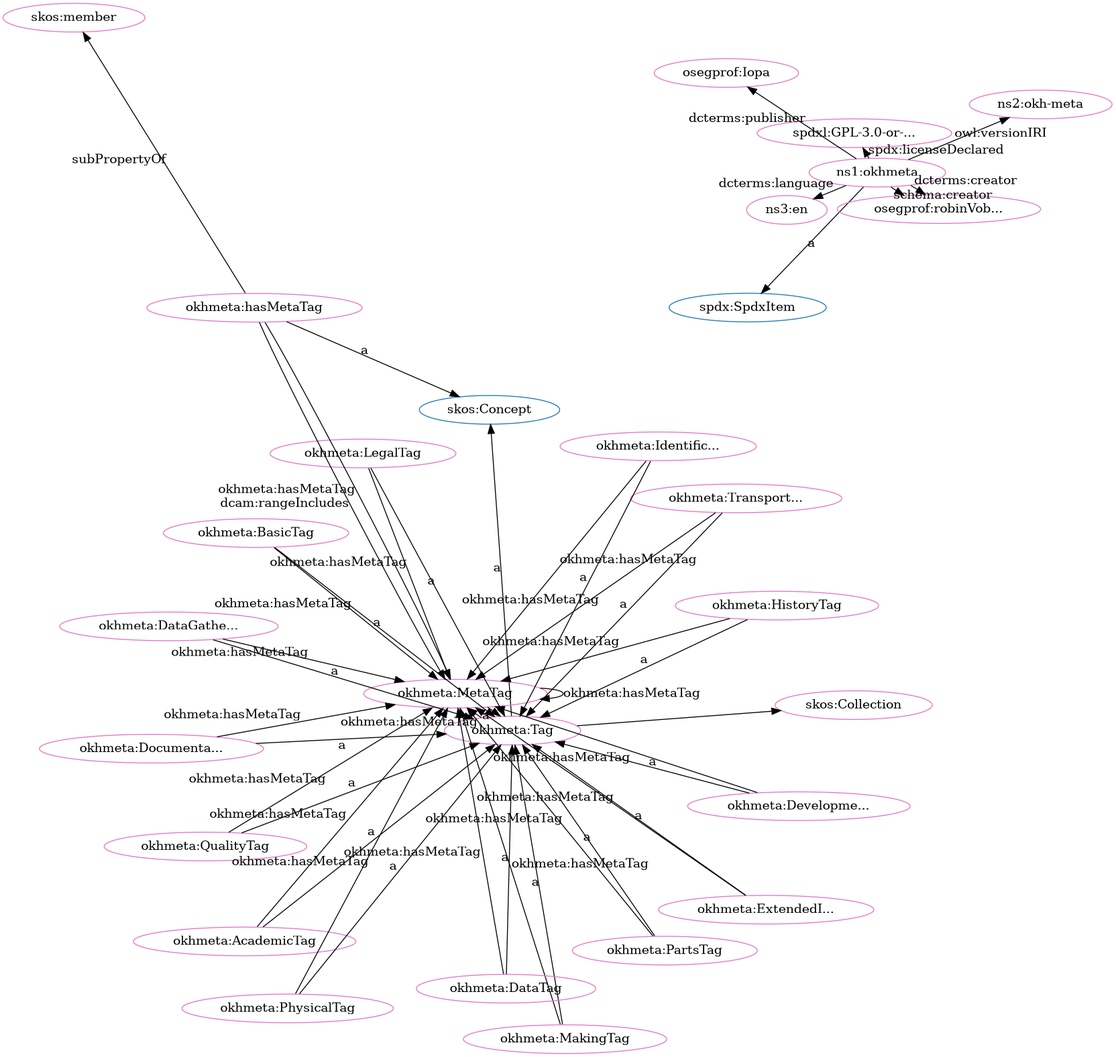
This is src/spec/fdp_okh-meta-clean.png from iop-alliance/OpenKnowHow, a Graphviz export, as it was before one commit. Its source is kept beside it as src/spec/fdp_okh-meta-clean.dot.
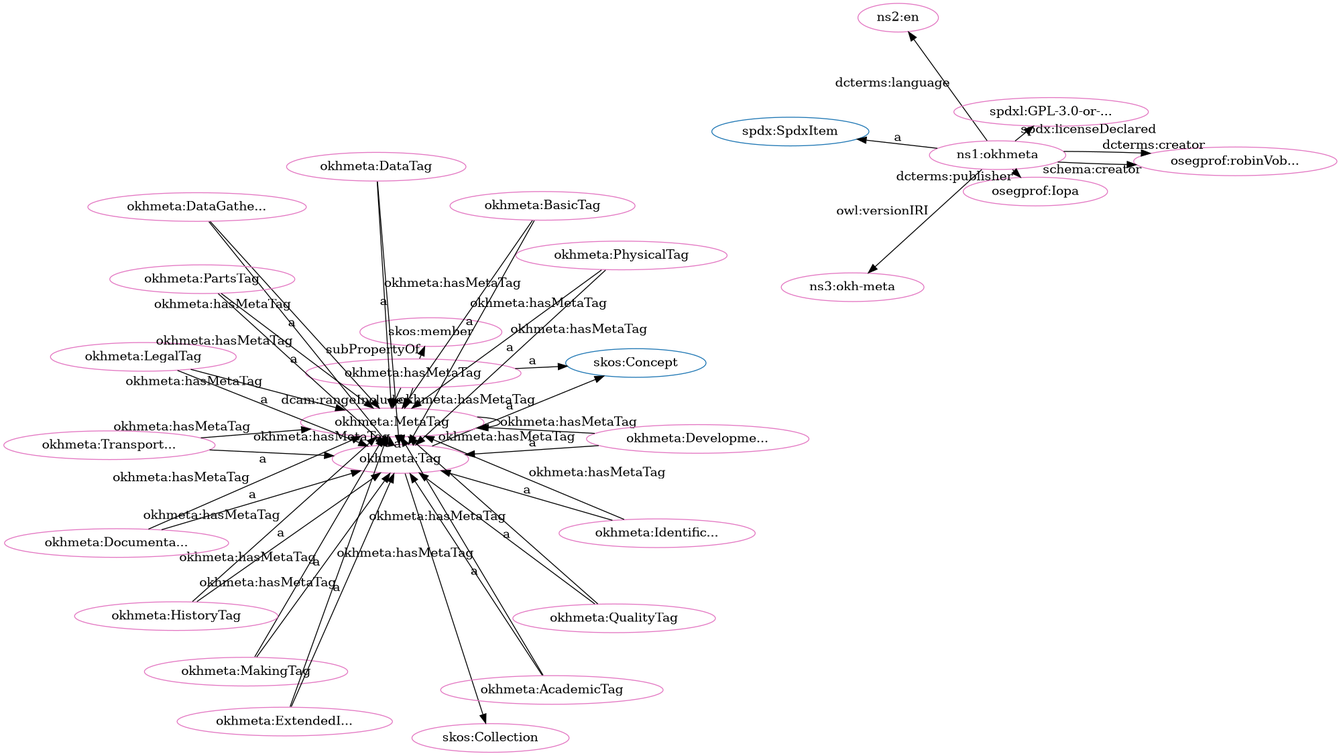
After the commit.

The edit, as a diff of the source:
```diff
@@ -1,80 +1,80 @@
 digraph G {
   rankdir=BT
   node[height=.3]
-"http://www.w3.org/2004/02/skos/core#Collection" [fillcolor="#1f77b4" color="#1f77b4" label="skos:Collection"]
+"http://w3id.org/oseg/ont/okhmeta#Tag" [fillcolor="#1f77b4" color="#1f77b4" label="okhmeta:Tag"]
 "http://www.w3.org/2004/02/skos/core#Concept" [fillcolor="#1f77b4" color="#1f77b4" label="skos:Concept"]
 "http://spdx.org/rdf/terms#SpdxItem" [fillcolor="#1f77b4" color="#1f77b4" label="spdx:SpdxItem"]
-"http://w3id.org/oseg/ont/okhmeta#Tag" [fillcolor="#1f77b4" color="#1f77b4" label="okhmeta:Tag"]
+"http://www.w3.org/2004/02/skos/core#Collection" [fillcolor="#1f77b4" color="#1f77b4" label="skos:Collection"]
+"http://w3id.org/oseg/ont/okhmeta#MetaTag" [fillcolor="#e377c2" color="#e377c2" label="okhmeta:MetaTag"]
+"http://w3id.org/oseg/ont/oseg-profiles#Iopa" [fillcolor="#e377c2" color="#e377c2" label="osegprof:Iopa"]
+"http://w3id.org/oseg/ont/okhmeta" [fillcolor="#e377c2" color="#e377c2" label="ns1:okhmeta"]
+"http://w3id.org/oseg/ont/okhmeta#AcademicTag" [fillcolor="#e377c2" color="#e377c2" label="okhmeta:AcademicTag"]
+"http://www.w3.org/2004/02/skos/core#member" [fillcolor="#e377c2" color="#e377c2" label="skos:member"]
+"http://w3id.org/oseg/ont/okhmeta#MakingTag" [fillcolor="#e377c2" color="#e377c2" label="okhmeta:MakingTag"]
+"http://w3id.org/oseg/ont/okhmeta#QualityTag" [fillcolor="#e377c2" color="#e377c2" label="okhmeta:QualityTag"]
+"http://w3id.org/oseg/ont/okhmeta#DocumentationTag" [fillcolor="#e377c2" color="#e377c2" label="okhmeta:Documenta..."]
+"http://w3id.org/oseg/ont/okhmeta#LegalTag" [fillcolor="#e377c2" color="#e377c2" label="okhmeta:LegalTag"]
 "http://w3id.org/oseg/ont/okhmeta#HistoryTag" [fillcolor="#e377c2" color="#e377c2" label="okhmeta:HistoryTag"]
+"http://id.loc.gov/vocabulary/iso639-1/en" [fillcolor="#e377c2" color="#e377c2" label="ns2:en"]
+"http://w3id.org/oseg/ont/okhmeta#Tag" [fillcolor="#e377c2" color="#e377c2" label="okhmeta:Tag"]
+"http://w3id.org/oseg/ont/oseg-profiles#robinVobruba" [fillcolor="#e377c2" color="#e377c2" label="osegprof:robinVob..."]
+"http://w3id.org/oseg/ont/okhmeta#hasMetaTag" [fillcolor="#e377c2" color="#e377c2" label="okhmeta:hasMetaTag"]
+"http://w3id.org/oseg/ont/okhmeta#PhysicalTag" [fillcolor="#e377c2" color="#e377c2" label="okhmeta:PhysicalTag"]
+"http://spdx.org/licenses/GPL-3.0-or-later" [fillcolor="#e377c2" color="#e377c2" label="spdxl:GPL-3.0-or-..."]
+"http://w3id.org/oseg/ont/okhmeta#DevelopmentTag" [fillcolor="#e377c2" color="#e377c2" label="okhmeta:Developme..."]
+"http://w3id.org/oseg/ont/okhmeta#BasicTag" [fillcolor="#e377c2" color="#e377c2" label="okhmeta:BasicTag"]
+"http://w3id.org/oseg/ont/okhmeta#ExtendedInfoTag" [fillcolor="#e377c2" color="#e377c2" label="okhmeta:ExtendedI..."]
+"http://www.w3.org/2004/02/skos/core#Collection" [fillcolor="#e377c2" color="#e377c2" label="skos:Collection"]
+"http://w3id.org/oseg/ont/1.1.0/okh-meta" [fillcolor="#e377c2" color="#e377c2" label="ns3:okh-meta"]
+"http://w3id.org/oseg/ont/okhmeta#IdentificationTag" [fillcolor="#e377c2" color="#e377c2" label="okhmeta:Identific..."]
+"http://w3id.org/oseg/ont/okhmeta#DataGatheringTag" [fillcolor="#e377c2" color="#e377c2" label="okhmeta:DataGathe..."]
+"http://w3id.org/oseg/ont/okhmeta#PartsTag" [fillcolor="#e377c2" color="#e377c2" label="okhmeta:PartsTag"]
 "http://w3id.org/oseg/ont/okhmeta#TransportationTag" [fillcolor="#e377c2" color="#e377c2" label="okhmeta:Transport..."]
-"http://w3id.org/oseg/ont/okhmeta#MakingTag" [fillcolor="#e377c2" color="#e377c2" label="okhmeta:MakingTag"]
-"http://w3id.org/oseg/ont/okhmeta#MetaTag" [fillcolor="#e377c2" color="#e377c2" label="okhmeta:MetaTag"]
-"http://w3id.org/oseg/ont/okhmeta" [fillcolor="#e377c2" color="#e377c2" label="ns1:okhmeta"]
-"http://w3id.org/oseg/ont/okhmeta#ExtendedInfoTag" [fillcolor="#e377c2" color="#e377c2" label="okhmeta:ExtendedI..."]
-"http://w3id.org/oseg/ont/okhmeta#AcademicTag" [fillcolor="#e377c2" color="#e377c2" label="okhmeta:AcademicTag"]
-"http://w3id.org/oseg/ont/okhmeta#QualityTag" [fillcolor="#e377c2" color="#e377c2" label="okhmeta:QualityTag"]
 "http://w3id.org/oseg/ont/okhmeta#DataTag" [fillcolor="#e377c2" color="#e377c2" label="okhmeta:DataTag"]
-"http://w3id.org/oseg/ont/oseg-profiles#robinVobruba" [fillcolor="#e377c2" color="#e377c2" label="osegprof:robinVob..."]
-"http://w3id.org/oseg/ont/okhmeta#PhysicalTag" [fillcolor="#e377c2" color="#e377c2" label="okhmeta:PhysicalTag"]
-"http://w3id.org/oseg/ont/okhmeta#DevelopmentTag" [fillcolor="#e377c2" color="#e377c2" label="okhmeta:Developme..."]
-"http://w3id.org/oseg/ont/okhmeta#LegalTag" [fillcolor="#e377c2" color="#e377c2" label="okhmeta:LegalTag"]
-"http://w3id.org/oseg/ont/okhmeta#DataGatheringTag" [fillcolor="#e377c2" color="#e377c2" label="okhmeta:DataGathe..."]
-"http://w3id.org/oseg/ont/okhmeta#Tag" [fillcolor="#e377c2" color="#e377c2" label="okhmeta:Tag"]
-"http://www.w3.org/2004/02/skos/core#Collection" [fillcolor="#e377c2" color="#e377c2" label="skos:Collection"]
-"http://w3id.org/oseg/ont/okhmeta#IdentificationTag" [fillcolor="#e377c2" color="#e377c2" label="okhmeta:Identific..."]
-"http://spdx.org/licenses/GPL-3.0-or-later" [fillcolor="#e377c2" color="#e377c2" label="spdxl:GPL-3.0-or-..."]
-"http://w3id.org/oseg/ont/okhmeta#DocumentationTag" [fillcolor="#e377c2" color="#e377c2" label="okhmeta:Documenta..."]
-"http://w3id.org/oseg/ont/1.1.0/okh-meta" [fillcolor="#e377c2" color="#e377c2" label="ns2:okh-meta"]
-"http://w3id.org/oseg/ont/okhmeta#hasMetaTag" [fillcolor="#e377c2" color="#e377c2" label="okhmeta:hasMetaTag"]
-"http://w3id.org/oseg/ont/okhmeta#BasicTag" [fillcolor="#e377c2" color="#e377c2" label="okhmeta:BasicTag"]
-"http://w3id.org/oseg/ont/oseg-profiles#Iopa" [fillcolor="#e377c2" color="#e377c2" label="osegprof:Iopa"]
-"http://id.loc.gov/vocabulary/iso639-1/en" [fillcolor="#e377c2" color="#e377c2" label="ns3:en"]
-"http://www.w3.org/2004/02/skos/core#member" [fillcolor="#e377c2" color="#e377c2" label="skos:member"]
-"http://w3id.org/oseg/ont/okhmeta#PartsTag" [fillcolor="#e377c2" color="#e377c2" label="okhmeta:PartsTag"]
+  "http://w3id.org/oseg/ont/okhmeta#DataGatheringTag" -> "http://w3id.org/oseg/ont/okhmeta#MetaTag" [label="okhmeta:hasMetaTag"]
+  "http://w3id.org/oseg/ont/okhmeta#QualityTag" -> "http://w3id.org/oseg/ont/okhmeta#Tag" [label="a"]
+  "http://w3id.org/oseg/ont/okhmeta#MakingTag" -> "http://w3id.org/oseg/ont/okhmeta#MetaTag" [label="okhmeta:hasMetaTag"]
   "http://w3id.org/oseg/ont/okhmeta#HistoryTag" -> "http://w3id.org/oseg/ont/okhmeta#Tag" [label="a"]
+  "http://w3id.org/oseg/ont/okhmeta#Tag" -> "http://www.w3.org/2004/02/skos/core#Concept" [label="a"]
+  "http://w3id.org/oseg/ont/okhmeta#ExtendedInfoTag" -> "http://w3id.org/oseg/ont/okhmeta#MetaTag" [label="okhmeta:hasMetaTag"]
+  "http://w3id.org/oseg/ont/okhmeta#hasMetaTag" -> "http://www.w3.org/2004/02/skos/core#Concept" [label="a"]
+  "http://w3id.org/oseg/ont/okhmeta#MetaTag" -> "http://w3id.org/oseg/ont/okhmeta#MetaTag" [label="okhmeta:hasMetaTag"]
+  "http://w3id.org/oseg/ont/okhmeta" -> "http://spdx.org/licenses/GPL-3.0-or-later" [label="spdx:licenseDeclared"]
+  "http://w3id.org/oseg/ont/okhmeta#DevelopmentTag" -> "http://w3id.org/oseg/ont/okhmeta#Tag" [label="a"]
+  "http://w3id.org/oseg/ont/okhmeta#BasicTag" -> "http://w3id.org/oseg/ont/okhmeta#Tag" [label="a"]
+  "http://w3id.org/oseg/ont/okhmeta#HistoryTag" -> "http://w3id.org/oseg/ont/okhmeta#MetaTag" [label="okhmeta:hasMetaTag"]
+  "http://w3id.org/oseg/ont/okhmeta#QualityTag" -> "http://w3id.org/oseg/ont/okhmeta#MetaTag" [label="okhmeta:hasMetaTag"]
+  "http://w3id.org/oseg/ont/okhmeta" -> "http://w3id.org/oseg/ont/oseg-profiles#robinVobruba" [label="dcterms:creator"]
+  "http://w3id.org/oseg/ont/okhmeta#DataTag" -> "http://w3id.org/oseg/ont/okhmeta#Tag" [label="a"]
+  "http://w3id.org/oseg/ont/okhmeta#PartsTag" -> "http://w3id.org/oseg/ont/okhmeta#Tag" [label="a"]
   "http://w3id.org/oseg/ont/okhmeta#TransportationTag" -> "http://w3id.org/oseg/ont/okhmeta#Tag" [label="a"]
-  "http://w3id.org/oseg/ont/okhmeta#MakingTag" -> "http://w3id.org/oseg/ont/okhmeta#Tag" [label="a"]
-  "http://w3id.org/oseg/ont/okhmeta#HistoryTag" -> "http://w3id.org/oseg/ont/okhmeta#MetaTag" [label="okhmeta:hasMetaTag"]
-  "http://w3id.org/oseg/ont/okhmeta#AcademicTag" -> "http://w3id.org/oseg/ont/okhmeta#Tag" [label="a"]
-  "http://w3id.org/oseg/ont/okhmeta#QualityTag" -> "http://w3id.org/oseg/ont/okhmeta#Tag" [label="a"]
-  "http://w3id.org/oseg/ont/okhmeta#LegalTag" -> "http://w3id.org/oseg/ont/okhmeta#MetaTag" [label="okhmeta:hasMetaTag"]
-  "http://w3id.org/oseg/ont/okhmeta#DataTag" -> "http://w3id.org/oseg/ont/okhmeta#Tag" [label="a"]
-  "http://w3id.org/oseg/ont/okhmeta#AcademicTag" -> "http://w3id.org/oseg/ont/okhmeta#MetaTag" [label="okhmeta:hasMetaTag"]
-  "http://w3id.org/oseg/ont/okhmeta#DataGatheringTag" -> "http://w3id.org/oseg/ont/okhmeta#MetaTag" [label="okhmeta:hasMetaTag"]
-  "http://w3id.org/oseg/ont/okhmeta#QualityTag" -> "http://w3id.org/oseg/ont/okhmeta#MetaTag" [label="okhmeta:hasMetaTag"]
-  "http://w3id.org/oseg/ont/okhmeta#PhysicalTag" -> "http://w3id.org/oseg/ont/okhmeta#Tag" [label="a"]
-  "http://w3id.org/oseg/ont/okhmeta#IdentificationTag" -> "http://w3id.org/oseg/ont/okhmeta#MetaTag" [label="okhmeta:hasMetaTag"]
-  "http://w3id.org/oseg/ont/okhmeta#hasMetaTag" -> "http://w3id.org/oseg/ont/okhmeta#MetaTag" [label="okhmeta:hasMetaTag"]
-  "http://w3id.org/oseg/ont/okhmeta#DevelopmentTag" -> "http://w3id.org/oseg/ont/okhmeta#Tag" [label="a"]
-  "http://w3id.org/oseg/ont/okhmeta#PhysicalTag" -> "http://w3id.org/oseg/ont/okhmeta#MetaTag" [label="okhmeta:hasMetaTag"]
   "http://w3id.org/oseg/ont/okhmeta#BasicTag" -> "http://w3id.org/oseg/ont/okhmeta#MetaTag" [label="okhmeta:hasMetaTag"]
   "http://w3id.org/oseg/ont/okhmeta#DevelopmentTag" -> "http://w3id.org/oseg/ont/okhmeta#MetaTag" [label="okhmeta:hasMetaTag"]
-  "http://w3id.org/oseg/ont/okhmeta#MetaTag" -> "http://w3id.org/oseg/ont/okhmeta#Tag" [label="a"]
-  "http://w3id.org/oseg/ont/okhmeta#MakingTag" -> "http://w3id.org/oseg/ont/okhmeta#MetaTag" [label="okhmeta:hasMetaTag"]
-  "http://w3id.org/oseg/ont/okhmeta" -> "http://spdx.org/licenses/GPL-3.0-or-later" [label="spdx:licenseDeclared"]
+  "http://w3id.org/oseg/ont/okhmeta" -> "http://w3id.org/oseg/ont/oseg-profiles#Iopa" [label="dcterms:publisher"]
+  "http://w3id.org/oseg/ont/okhmeta#AcademicTag" -> "http://w3id.org/oseg/ont/okhmeta#MetaTag" [label="okhmeta:hasMetaTag"]
+  "http://w3id.org/oseg/ont/okhmeta" -> "http://spdx.org/rdf/terms#SpdxItem" [label="a"]
+  "http://w3id.org/oseg/ont/okhmeta#AcademicTag" -> "http://w3id.org/oseg/ont/okhmeta#Tag" [label="a"]
+  "http://w3id.org/oseg/ont/okhmeta#hasMetaTag" -> "http://www.w3.org/2004/02/skos/core#member" [label="subPropertyOf"]
+  "http://w3id.org/oseg/ont/okhmeta#DocumentationTag" -> "http://w3id.org/oseg/ont/okhmeta#MetaTag" [label="okhmeta:hasMetaTag"]
+  "http://w3id.org/oseg/ont/okhmeta#MakingTag" -> "http://w3id.org/oseg/ont/okhmeta#Tag" [label="a"]
   "http://w3id.org/oseg/ont/okhmeta#DocumentationTag" -> "http://w3id.org/oseg/ont/okhmeta#Tag" [label="a"]
-  "http://w3id.org/oseg/ont/okhmeta" -> "http://spdx.org/rdf/terms#SpdxItem" [label="a"]
-  "http://w3id.org/oseg/ont/okhmeta#hasMetaTag" -> "http://www.w3.org/2004/02/skos/core#member" [label="subPropertyOf"]
-  "http://w3id.org/oseg/ont/okhmeta#hasMetaTag" -> "http://www.w3.org/2004/02/skos/core#Concept" [label="a"]
-  "http://w3id.org/oseg/ont/okhmeta#PartsTag" -> "http://w3id.org/oseg/ont/okhmeta#Tag" [label="a"]
-  "http://w3id.org/oseg/ont/okhmeta" -> "http://w3id.org/oseg/ont/oseg-profiles#robinVobruba" [label="dcterms:creator"]
+  "http://w3id.org/oseg/ont/okhmeta#LegalTag" -> "http://w3id.org/oseg/ont/okhmeta#Tag" [label="a"]
+  "http://w3id.org/oseg/ont/okhmeta" -> "http://id.loc.gov/vocabulary/iso639-1/en" [label="dcterms:language"]
+  "http://w3id.org/oseg/ont/okhmeta#Tag" -> "http://w3id.org/oseg/ont/okhmeta#MetaTag" [label="okhmeta:hasMetaTag"]
+  "http://w3id.org/oseg/ont/okhmeta#PartsTag" -> "http://w3id.org/oseg/ont/okhmeta#MetaTag" [label="okhmeta:hasMetaTag"]
+  "http://w3id.org/oseg/ont/okhmeta" -> "http://w3id.org/oseg/ont/oseg-profiles#robinVobruba" [label="schema:creator"]
   "http://w3id.org/oseg/ont/okhmeta#TransportationTag" -> "http://w3id.org/oseg/ont/okhmeta#MetaTag" [label="okhmeta:hasMetaTag"]
   "http://w3id.org/oseg/ont/okhmeta#hasMetaTag" -> "http://w3id.org/oseg/ont/okhmeta#MetaTag" [label="dcam:rangeIncludes"]
+  "http://w3id.org/oseg/ont/okhmeta#hasMetaTag" -> "http://w3id.org/oseg/ont/okhmeta#MetaTag" [label="okhmeta:hasMetaTag"]
+  "http://w3id.org/oseg/ont/okhmeta#PhysicalTag" -> "http://w3id.org/oseg/ont/okhmeta#Tag" [label="a"]
+  "http://w3id.org/oseg/ont/okhmeta#LegalTag" -> "http://w3id.org/oseg/ont/okhmeta#MetaTag" [label="okhmeta:hasMetaTag"]
+  "http://w3id.org/oseg/ont/okhmeta#Tag" -> "http://www.w3.org/2004/02/skos/core#Collection" [label=""]
+  "http://w3id.org/oseg/ont/okhmeta#IdentificationTag" -> "http://w3id.org/oseg/ont/okhmeta#MetaTag" [label="okhmeta:hasMetaTag"]
+  "http://w3id.org/oseg/ont/okhmeta" -> "http://w3id.org/oseg/ont/1.1.0/okh-meta" [label="owl:versionIRI"]
+  "http://w3id.org/oseg/ont/okhmeta#IdentificationTag" -> "http://w3id.org/oseg/ont/okhmeta#Tag" [label="a"]
+  "http://w3id.org/oseg/ont/okhmeta#DataGatheringTag" -> "http://w3id.org/oseg/ont/okhmeta#Tag" [label="a"]
+  "http://w3id.org/oseg/ont/okhmeta#MetaTag" -> "http://w3id.org/oseg/ont/okhmeta#Tag" [label="a"]
+  "http://w3id.org/oseg/ont/okhmeta#DataTag" -> "http://w3id.org/oseg/ont/okhmeta#MetaTag" [label="okhmeta:hasMetaTag"]
+  "http://w3id.org/oseg/ont/okhmeta#PhysicalTag" -> "http://w3id.org/oseg/ont/okhmeta#MetaTag" [label="okhmeta:hasMetaTag"]
   "http://w3id.org/oseg/ont/okhmeta#ExtendedInfoTag" -> "http://w3id.org/oseg/ont/okhmeta#Tag" [label="a"]
-  "http://w3id.org/oseg/ont/okhmeta" -> "http://w3id.org/oseg/ont/oseg-profiles#robinVobruba" [label="schema:creator"]
-  "http://w3id.org/oseg/ont/okhmeta#MetaTag" -> "http://w3id.org/oseg/ont/okhmeta#MetaTag" [label="okhmeta:hasMetaTag"]
-  "http://w3id.org/oseg/ont/okhmeta#DataTag" -> "http://w3id.org/oseg/ont/okhmeta#MetaTag" [label="okhmeta:hasMetaTag"]
-  "http://w3id.org/oseg/ont/okhmeta#DocumentationTag" -> "http://w3id.org/oseg/ont/okhmeta#MetaTag" [label="okhmeta:hasMetaTag"]
-  "http://w3id.org/oseg/ont/okhmeta#LegalTag" -> "http://w3id.org/oseg/ont/okhmeta#Tag" [label="a"]
-  "http://w3id.org/oseg/ont/okhmeta#PartsTag" -> "http://w3id.org/oseg/ont/okhmeta#MetaTag" [label="okhmeta:hasMetaTag"]
-  "http://w3id.org/oseg/ont/okhmeta#DataGatheringTag" -> "http://w3id.org/oseg/ont/okhmeta#Tag" [label="a"]
-  "http://w3id.org/oseg/ont/okhmeta#Tag" -> "http://www.w3.org/2004/02/skos/core#Concept" [label="a"]
-  "http://w3id.org/oseg/ont/okhmeta#IdentificationTag" -> "http://w3id.org/oseg/ont/okhmeta#Tag" [label="a"]
-  "http://w3id.org/oseg/ont/okhmeta#Tag" -> "http://www.w3.org/2004/02/skos/core#Collection" [label=""]
-  "http://w3id.org/oseg/ont/okhmeta#Tag" -> "http://w3id.org/oseg/ont/okhmeta#MetaTag" [label="okhmeta:hasMetaTag"]
-  "http://w3id.org/oseg/ont/okhmeta#ExtendedInfoTag" -> "http://w3id.org/oseg/ont/okhmeta#MetaTag" [label="okhmeta:hasMetaTag"]
-  "http://w3id.org/oseg/ont/okhmeta" -> "http://w3id.org/oseg/ont/1.1.0/okh-meta" [label="owl:versionIRI"]
-  "http://w3id.org/oseg/ont/okhmeta#BasicTag" -> "http://w3id.org/oseg/ont/okhmeta#Tag" [label="a"]
-  "http://w3id.org/oseg/ont/okhmeta" -> "http://w3id.org/oseg/ont/oseg-profiles#Iopa" [label="dcterms:publisher"]
-  "http://w3id.org/oseg/ont/okhmeta" -> "http://id.loc.gov/vocabulary/iso639-1/en" [label="dcterms:language"]
 }
```
